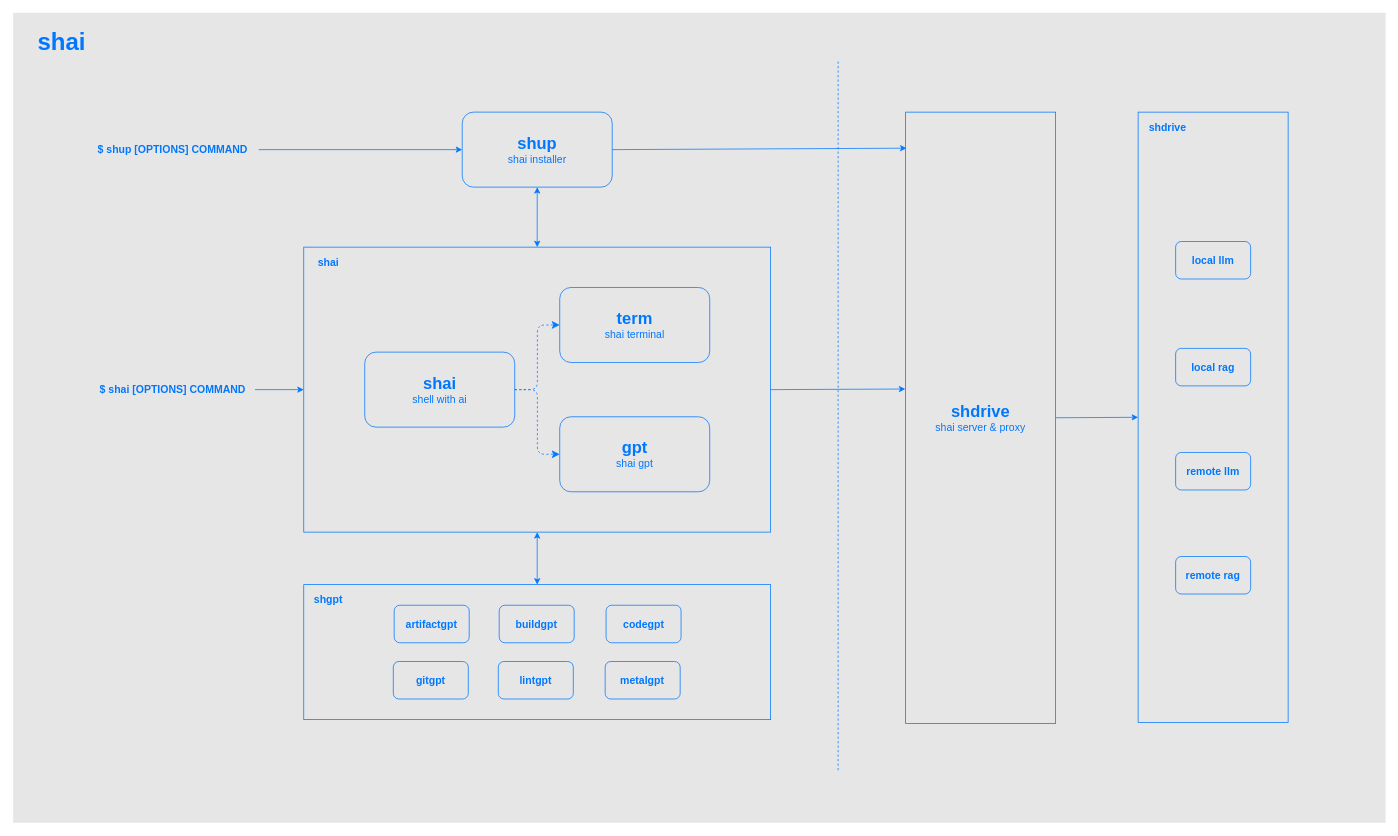
ai-flowx/.github keeps this draw.io diagram as arch.drawio. Above is the earlier version. Source tidied: cells renumbered, new cells numbered last; positions are measured from the earlier drawing's top-left corner, leaving out a move shared by most shapes. Both pictures are drawn from the tidied source at 75%, with x=0, y=0 at pixel (13, 12).
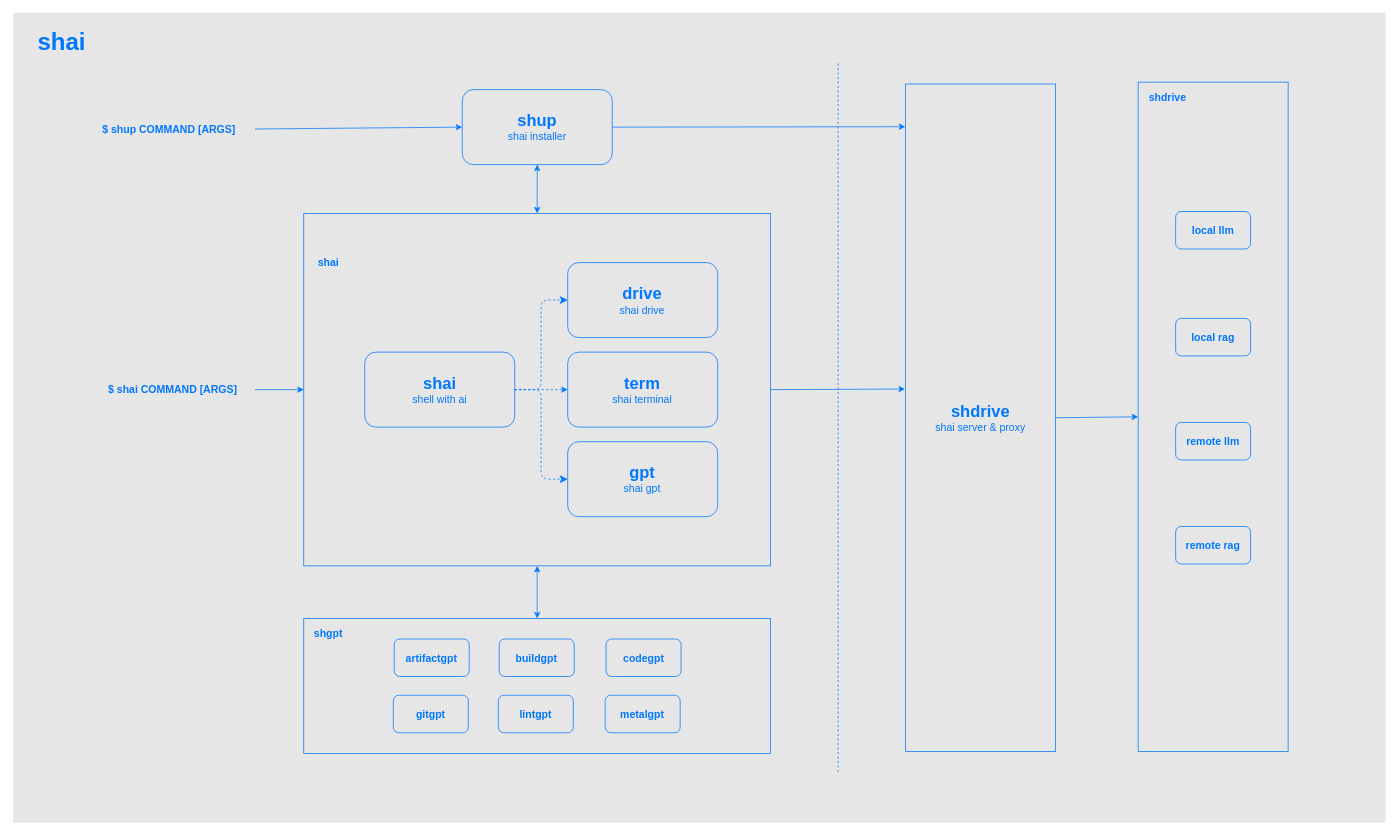
Above is the later version.

Commit message (it also covers changes not shown here):
docs(profile): update arch files

Unchanged cells that the change refers to:
```xml
<mxCell id="5" value="&lt;font color=&quot;#0077ff&quot; style=&quot;&quot;&gt;&lt;span style=&quot;font-weight: bold; font-size: 22px;&quot;&gt;shai&lt;/span&gt;&lt;br&gt;&lt;font style=&quot;font-size: 14px;&quot;&gt;shell with ai&lt;/font&gt;&lt;br&gt;&lt;/font&gt;" style="rounded=1;whiteSpace=wrap;html=1;strokeColor=#0077FF;fillColor=none;shadow=0;" parent="1" vertex="1">
  <mxGeometry x="468.8" y="453" width="200" height="100" as="geometry" />
</mxCell>
```

Change to the diagram source:
```diff
@@
     <mxCell id="3" value="&lt;font color=&quot;#0077ff&quot; style=&quot;&quot;&gt;&lt;br&gt;&lt;/font&gt;" style="rounded=0;whiteSpace=wrap;html=1;strokeColor=#0077FF;fillColor=none;shadow=0;" parent="1" vertex="1">
-      <mxGeometry x="387.5" y="763" width="622.5" height="180" as="geometry" />
+      <mxGeometry x="387.5" y="808" width="622.5" height="180" as="geometry" />
     </mxCell>
     <mxCell id="4" style="rounded=0;whiteSpace=wrap;html=1;strokeColor=#0077FF;fontSize=14;fontColor=#0077FF;fillColor=none;" parent="1" vertex="1">
-      <mxGeometry x="387.5" y="313" width="622.5" height="380" as="geometry" />
+      <mxGeometry x="387.5" y="268" width="622.5" height="470" as="geometry" />
     </mxCell>
@@
-    <mxCell id="6" value="$&amp;nbsp;shai [OPTIONS] COMMAND" style="text;html=1;strokeColor=none;fillColor=none;align=center;verticalAlign=middle;whiteSpace=wrap;rounded=0;fontStyle=1;dashed=1;fontColor=#0077FF;fontSize=14;" parent="1" vertex="1">
+    <mxCell id="6" value="$&amp;nbsp;shai COMMAND [ARGS]" style="text;html=1;strokeColor=none;fillColor=none;align=center;verticalAlign=middle;whiteSpace=wrap;rounded=0;fontStyle=1;dashed=1;fontColor=#0077FF;fontSize=14;" parent="1" vertex="1">
       <mxGeometry x="102.5" y="480.5" width="220" height="45" as="geometry" />
     </mxCell>
-    <mxCell id="7" value="$&amp;nbsp;shup [OPTIONS] COMMAND" style="text;html=1;strokeColor=none;fillColor=none;align=center;verticalAlign=middle;whiteSpace=wrap;rounded=0;fontStyle=1;dashed=1;fontColor=#0077FF;fontSize=14;" parent="1" vertex="1">
-      <mxGeometry x="97.5" y="160.5" width="230" height="45" as="geometry" />
+    <mxCell id="7" value="$&amp;nbsp;shup COMMAND [ARGS]" style="text;html=1;strokeColor=none;fillColor=none;align=center;verticalAlign=middle;whiteSpace=wrap;rounded=0;fontStyle=1;dashed=1;fontColor=#0077FF;fontSize=14;" parent="1" vertex="1">
+      <mxGeometry x="92.5" y="133" width="230" height="45" as="geometry" />
     </mxCell>
@@
     <mxCell id="9" value="&lt;font color=&quot;#0077ff&quot; style=&quot;&quot;&gt;&lt;span style=&quot;font-weight: bold; font-size: 22px;&quot;&gt;shup&lt;/span&gt;&lt;br&gt;&lt;font style=&quot;font-size: 14px;&quot;&gt;shai installer&lt;/font&gt;&lt;br&gt;&lt;/font&gt;" style="rounded=1;whiteSpace=wrap;html=1;strokeColor=#0077FF;fillColor=none;shadow=0;" parent="1" vertex="1">
-      <mxGeometry x="598.8" y="133" width="200" height="100" as="geometry" />
+      <mxGeometry x="598.8" y="103" width="200" height="100" as="geometry" />
     </mxCell>
     <mxCell id="10" value="&lt;font color=&quot;#0077ff&quot; style=&quot;&quot;&gt;&lt;span style=&quot;font-weight: bold; font-size: 22px;&quot;&gt;shdrive&lt;/span&gt;&lt;br&gt;&lt;font style=&quot;font-size: 14px;&quot;&gt;shai server &amp;amp; proxy&lt;/font&gt;&lt;br&gt;&lt;/font&gt;" style="rounded=0;whiteSpace=wrap;html=1;strokeColor=#0077FF;fillColor=none;shadow=0;" parent="1" vertex="1">
-      <mxGeometry x="1190" y="133" width="200" height="815" as="geometry" />
+      <mxGeometry x="1190" y="95.5" width="200" height="890" as="geometry" />
     </mxCell>
-    <mxCell id="11" value="&lt;span style=&quot;border-color: var(--border-color); color: rgb(0, 119, 255); font-weight: bold; font-size: 22px;&quot;&gt;term&lt;/span&gt;&lt;br style=&quot;border-color: var(--border-color); color: rgb(0, 119, 255);&quot;&gt;&lt;font style=&quot;border-color: var(--border-color); color: rgb(0, 119, 255); font-size: 14px;&quot;&gt;shai terminal&lt;/font&gt;&lt;font color=&quot;#0077ff&quot; style=&quot;&quot;&gt;&lt;br&gt;&lt;/font&gt;" style="rounded=1;whiteSpace=wrap;html=1;strokeColor=#0077FF;fillColor=none;shadow=0;" parent="1" vertex="1">
-      <mxGeometry x="728.8" y="366.8" width="200" height="100" as="geometry" />
+    <mxCell id="11" value="&lt;span style=&quot;border-color: var(--border-color); color: rgb(0, 119, 255); font-weight: bold; font-size: 22px;&quot;&gt;drive&lt;/span&gt;&lt;br style=&quot;border-color: var(--border-color); color: rgb(0, 119, 255);&quot;&gt;&lt;font style=&quot;border-color: var(--border-color); color: rgb(0, 119, 255); font-size: 14px;&quot;&gt;shai drive&lt;/font&gt;&lt;font color=&quot;#0077ff&quot; style=&quot;&quot;&gt;&lt;br&gt;&lt;/font&gt;" style="rounded=1;whiteSpace=wrap;html=1;strokeColor=#0077FF;fillColor=none;shadow=0;" parent="1" vertex="1">
+      <mxGeometry x="739.4" y="333.6" width="200" height="100" as="geometry" />
     </mxCell>
@@
     <mxCell id="13" value="&lt;font color=&quot;#0077ff&quot; style=&quot;&quot;&gt;&lt;br&gt;&lt;/font&gt;" style="rounded=0;whiteSpace=wrap;html=1;strokeColor=#0077FF;fillColor=none;shadow=0;" parent="1" vertex="1">
-      <mxGeometry x="1500" y="133" width="200" height="813.8" as="geometry" />
+      <mxGeometry x="1500" y="93" width="200" height="892.5" as="geometry" />
     </mxCell>
     <mxCell id="14" value="&lt;font color=&quot;#0077ff&quot; style=&quot;&quot;&gt;&lt;b style=&quot;&quot;&gt;&lt;font style=&quot;font-size: 14px;&quot;&gt;local llm&lt;/font&gt;&lt;/b&gt;&lt;br&gt;&lt;/font&gt;" style="rounded=1;whiteSpace=wrap;html=1;strokeColor=#0077FF;fillColor=none;shadow=0;" parent="1" vertex="1">
-      <mxGeometry x="1550" y="305.5" width="100" height="50" as="geometry" />
+      <mxGeometry x="1550" y="265.5" width="100" height="50" as="geometry" />
     </mxCell>
     <mxCell id="15" value="&lt;font color=&quot;#0077ff&quot; style=&quot;&quot;&gt;&lt;b style=&quot;&quot;&gt;&lt;font style=&quot;font-size: 14px;&quot;&gt;local rag&lt;/font&gt;&lt;/b&gt;&lt;br&gt;&lt;/font&gt;" style="rounded=1;whiteSpace=wrap;html=1;strokeColor=#0077FF;fillColor=none;shadow=0;" parent="1" vertex="1">
-      <mxGeometry x="1550" y="448" width="100" height="50" as="geometry" />
+      <mxGeometry x="1550" y="408" width="100" height="50" as="geometry" />
     </mxCell>
     <mxCell id="16" value="&lt;font color=&quot;#0077ff&quot; style=&quot;&quot;&gt;&lt;b style=&quot;&quot;&gt;&lt;font style=&quot;font-size: 14px;&quot;&gt;remote llm&lt;/font&gt;&lt;/b&gt;&lt;br&gt;&lt;/font&gt;" style="rounded=1;whiteSpace=wrap;html=1;strokeColor=#0077FF;fillColor=none;shadow=0;" parent="1" vertex="1">
-      <mxGeometry x="1550" y="586.8" width="100" height="50" as="geometry" />
+      <mxGeometry x="1550" y="546.8" width="100" height="50" as="geometry" />
     </mxCell>
     <mxCell id="17" value="&lt;font color=&quot;#0077ff&quot; style=&quot;&quot;&gt;&lt;b style=&quot;&quot;&gt;&lt;font style=&quot;font-size: 14px;&quot;&gt;remote rag&lt;/font&gt;&lt;/b&gt;&lt;br&gt;&lt;/font&gt;" style="rounded=1;whiteSpace=wrap;html=1;strokeColor=#0077FF;fillColor=none;shadow=0;" parent="1" vertex="1">
-      <mxGeometry x="1550" y="725.5" width="100" height="50" as="geometry" />
+      <mxGeometry x="1550" y="685.5" width="100" height="50" as="geometry" />
     </mxCell>
-    <mxCell id="18" style="endArrow=classic;html=1;fontSize=14;fontColor=#0077FF;entryX=0.006;entryY=0.059;entryDx=0;entryDy=0;exitX=1;exitY=0.5;exitDx=0;exitDy=0;strokeColor=#0077FF;entryPerimeter=0;" parent="1" edge="1" source="9" target="10">
+    <mxCell id="18" style="endArrow=classic;html=1;fontSize=14;fontColor=#0077FF;entryX=-0.002;entryY=0.064;entryDx=0;entryDy=0;exitX=1;exitY=0.5;exitDx=0;exitDy=0;strokeColor=#0077FF;entryPerimeter=0;" parent="1" edge="1" source="9" target="10">
       <mxGeometry relative="1" as="geometry" />
     </mxCell>
-    <mxCell id="19" style="endArrow=classic;html=1;fontSize=14;fontColor=#0077FF;entryX=-0.002;entryY=0.453;entryDx=0;entryDy=0;exitX=1;exitY=0.5;exitDx=0;exitDy=0;strokeColor=#0077FF;entryPerimeter=0;" parent="1" edge="1" source="4" target="10">
+    <mxCell id="19" style="endArrow=classic;html=1;fontSize=14;fontColor=#0077FF;entryX=-0.004;entryY=0.457;entryDx=0;entryDy=0;exitX=1;exitY=0.5;exitDx=0;exitDy=0;strokeColor=#0077FF;entryPerimeter=0;" parent="1" edge="1" source="4" target="10">
       <mxGeometry relative="1" as="geometry" />
     </mxCell>
@@
     <mxCell id="21" value="&lt;font color=&quot;#0077ff&quot; style=&quot;&quot;&gt;&lt;b style=&quot;&quot;&gt;&lt;font style=&quot;font-size: 14px;&quot;&gt;artifactgpt&lt;/font&gt;&lt;/b&gt;&lt;br&gt;&lt;/font&gt;" style="rounded=1;whiteSpace=wrap;html=1;strokeColor=#0077FF;fillColor=none;shadow=0;" parent="1" vertex="1">
-      <mxGeometry x="508.1" y="790.5" width="100" height="50" as="geometry" />
+      <mxGeometry x="508.1" y="835.5" width="100" height="50" as="geometry" />
     </mxCell>
     <mxCell id="22" value="&lt;font color=&quot;#0077ff&quot; style=&quot;&quot;&gt;&lt;b style=&quot;&quot;&gt;&lt;font style=&quot;font-size: 14px;&quot;&gt;buildgpt&lt;/font&gt;&lt;/b&gt;&lt;br&gt;&lt;/font&gt;" style="rounded=1;whiteSpace=wrap;html=1;strokeColor=#0077FF;fillColor=none;shadow=0;" parent="1" vertex="1">
-      <mxGeometry x="648.1" y="790.5" width="100" height="50" as="geometry" />
+      <mxGeometry x="648.1" y="835.5" width="100" height="50" as="geometry" />
     </mxCell>
     <mxCell id="23" value="&lt;font color=&quot;#0077ff&quot; style=&quot;&quot;&gt;&lt;b style=&quot;&quot;&gt;&lt;font style=&quot;font-size: 14px;&quot;&gt;codegpt&lt;/font&gt;&lt;/b&gt;&lt;br&gt;&lt;/font&gt;" style="rounded=1;whiteSpace=wrap;html=1;strokeColor=#0077FF;fillColor=none;shadow=0;" parent="1" vertex="1">
-      <mxGeometry x="790.6" y="790.5" width="100" height="50" as="geometry" />
+      <mxGeometry x="790.6" y="835.5" width="100" height="50" as="geometry" />
     </mxCell>
     <mxCell id="24" value="&lt;font color=&quot;#0077ff&quot; style=&quot;&quot;&gt;&lt;b style=&quot;&quot;&gt;&lt;font style=&quot;font-size: 14px;&quot;&gt;gitgpt&lt;/font&gt;&lt;/b&gt;&lt;br&gt;&lt;/font&gt;" style="rounded=1;whiteSpace=wrap;html=1;strokeColor=#0077FF;fillColor=none;shadow=0;" parent="1" vertex="1">
-      <mxGeometry x="506.9" y="865.5" width="100" height="50" as="geometry" />
+      <mxGeometry x="506.9" y="910.5" width="100" height="50" as="geometry" />
     </mxCell>
     <mxCell id="25" value="&lt;font color=&quot;#0077ff&quot; style=&quot;&quot;&gt;&lt;b style=&quot;&quot;&gt;&lt;font style=&quot;font-size: 14px;&quot;&gt;lintgpt&lt;/font&gt;&lt;/b&gt;&lt;br&gt;&lt;/font&gt;" style="rounded=1;whiteSpace=wrap;html=1;strokeColor=#0077FF;fillColor=none;shadow=0;" parent="1" vertex="1">
-      <mxGeometry x="646.9" y="865.5" width="100" height="50" as="geometry" />
+      <mxGeometry x="646.9" y="910.5" width="100" height="50" as="geometry" />
     </mxCell>
     <mxCell id="26" value="&lt;font color=&quot;#0077ff&quot; style=&quot;&quot;&gt;&lt;b style=&quot;&quot;&gt;&lt;font style=&quot;font-size: 14px;&quot;&gt;metalgpt&lt;/font&gt;&lt;/b&gt;&lt;br&gt;&lt;/font&gt;" style="rounded=1;whiteSpace=wrap;html=1;strokeColor=#0077FF;fillColor=none;shadow=0;" parent="1" vertex="1">
-      <mxGeometry x="789.4" y="865.5" width="100" height="50" as="geometry" />
+      <mxGeometry x="789.4" y="910.5" width="100" height="50" as="geometry" />
     </mxCell>
     <mxCell id="27" value="shgpt" style="text;strokeColor=none;fillColor=none;html=1;fontSize=14;fontStyle=1;verticalAlign=middle;align=center;rounded=0;shadow=0;fontColor=#0077FF;" parent="1" vertex="1">
-      <mxGeometry x="387.5" y="763" width="65" height="40" as="geometry" />
+      <mxGeometry x="387.5" y="808" width="65" height="40" as="geometry" />
     </mxCell>
@@
     <mxCell id="29" value="shdrive" style="text;strokeColor=none;fillColor=none;html=1;fontSize=14;fontStyle=1;verticalAlign=middle;align=center;rounded=0;shadow=0;fontColor=#0077FF;" parent="1" vertex="1">
-      <mxGeometry x="1500" y="133" width="77.5" height="40" as="geometry" />
+      <mxGeometry x="1500" y="93" width="77.5" height="40" as="geometry" />
     </mxCell>
     <mxCell id="30" style="endArrow=none;html=1;strokeColor=#0077FF;dashed=1;" parent="1" edge="1">
       <mxGeometry relative="1" as="geometry">
-        <mxPoint x="1100" y="1010.5" as="sourcePoint" />
-        <mxPoint x="1100" y="65.5" as="targetPoint" />
+        <mxPoint x="1100" y="1013" as="sourcePoint" />
+        <mxPoint x="1100" y="68" as="targetPoint" />
       </mxGeometry>
     </mxCell>
     <mxCell id="31" value="&lt;font color=&quot;#0077ff&quot; style=&quot;&quot;&gt;&lt;span style=&quot;font-weight: bold; font-size: 22px;&quot;&gt;gpt&lt;/span&gt;&lt;br&gt;&lt;font style=&quot;font-size: 14px;&quot;&gt;shai gpt&lt;/font&gt;&lt;br&gt;&lt;/font&gt;" style="rounded=1;whiteSpace=wrap;html=1;strokeColor=#0077FF;fillColor=none;shadow=0;" parent="1" vertex="1">
-      <mxGeometry x="728.8" y="539.2" width="200" height="100" as="geometry" />
+      <mxGeometry x="739.4" y="572.4" width="200" height="100" as="geometry" />
     </mxCell>
@@
+    <mxCell id="37" value="&lt;span style=&quot;border-color: var(--border-color); color: rgb(0, 119, 255); font-weight: bold; font-size: 22px;&quot;&gt;term&lt;/span&gt;&lt;br style=&quot;border-color: var(--border-color); color: rgb(0, 119, 255);&quot;&gt;&lt;font style=&quot;border-color: var(--border-color); color: rgb(0, 119, 255); font-size: 14px;&quot;&gt;shai terminal&lt;/font&gt;&lt;font color=&quot;#0077ff&quot; style=&quot;&quot;&gt;&lt;br&gt;&lt;/font&gt;" style="rounded=1;whiteSpace=wrap;html=1;strokeColor=#0077FF;fillColor=none;shadow=0;" parent="1" vertex="1">
+      <mxGeometry x="739.4" y="453" width="200" height="100" as="geometry" />
+    </mxCell>
+    <mxCell id="38" style="endArrow=classic;html=1;fontSize=14;fontColor=#0077FF;entryX=0;entryY=0.5;entryDx=0;entryDy=0;exitX=1;exitY=0.5;exitDx=0;exitDy=0;strokeColor=#0077FF;dashed=1;" parent="1" edge="1" source="5" target="37">
+      <mxGeometry relative="1" as="geometry" />
+    </mxCell>
```
